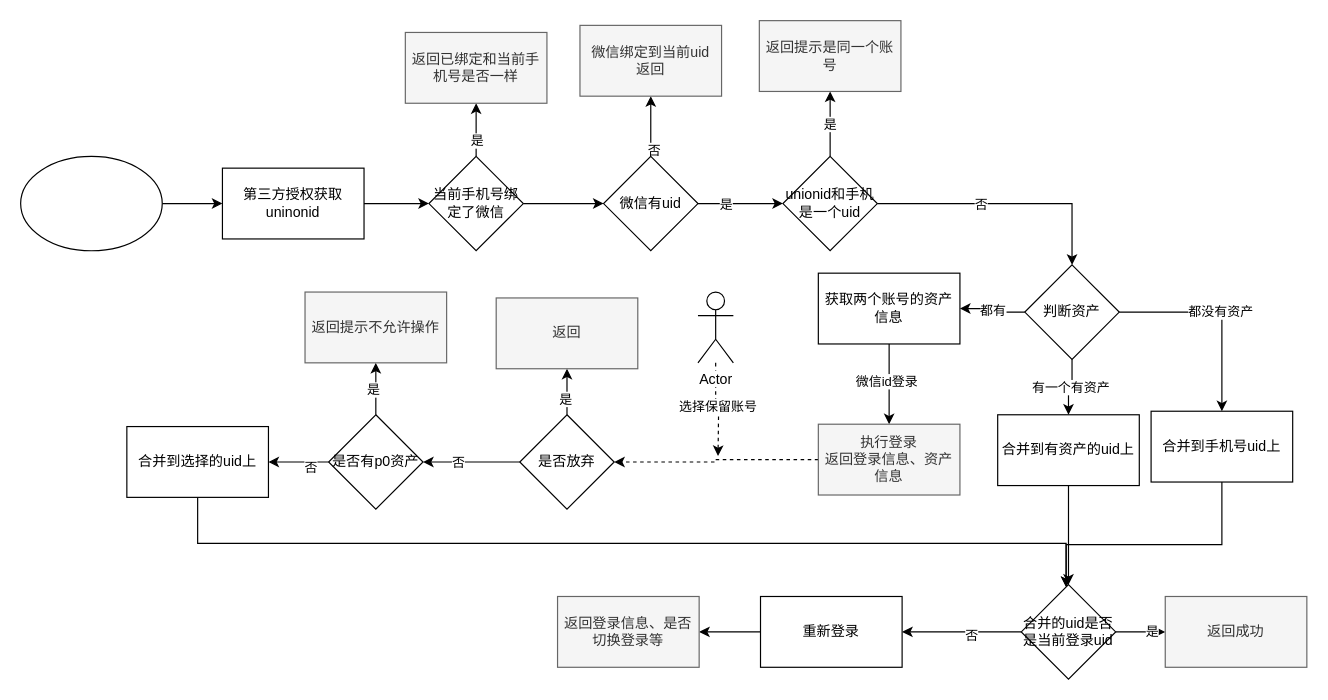
This is page "账号合并-手机号登录态绑定微信" (8 of 11) of test.drawio from joeytang/imgs, a draw.io file, before an edit. Source tidied: cells renumbered, new cells numbered last; positions are measured from the earlier drawing's top-left corner, leaving out a move shared by most shapes. Both pictures are drawn from the tidied source at 118%, with x=0, y=0 at pixel (20, 20).
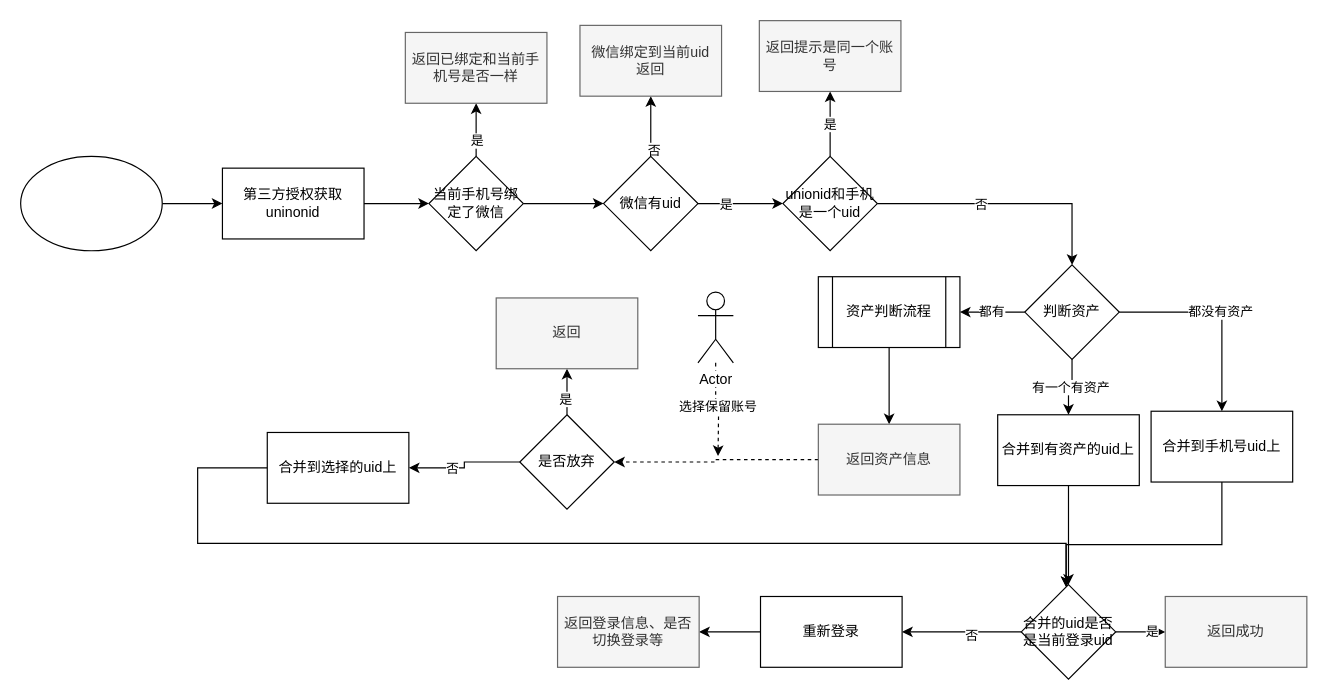
The same page after the edit.

Unchanged cells that the change refers to:
```xml
<mxCell id="31" value="判断资产" style="rhombus;whiteSpace=wrap;html=1;align=center;" parent="1" vertex="1">
  <mxGeometry x="851" y="207" width="80" height="80" as="geometry" />
</mxCell>
<mxCell id="48" value="合并的uid是否是当前登录uid" style="rhombus;whiteSpace=wrap;html=1;align=center;" parent="1" vertex="1">
  <mxGeometry x="848" y="478" width="80" height="80" as="geometry" />
</mxCell>
<mxCell id="53" value="是否放弃" style="rhombus;whiteSpace=wrap;html=1;align=center;" parent="1" vertex="1">
  <mxGeometry x="423" y="334" width="80" height="80" as="geometry" />
</mxCell>
```

The edit, as a diff of the source:
```diff
@@
-    <mxCell id="29" value="都有" style="edgeStyle=orthogonalEdgeStyle;rounded=0;jettySize=auto;html=1;" parent="1" edge="1" source="31" target="38">
+    <mxCell id="29" value="都有" style="edgeStyle=orthogonalEdgeStyle;rounded=0;jettySize=auto;html=1;" parent="1" edge="1" source="31" target="62">
       <mxGeometry relative="1" as="geometry" />
     </mxCell>
@@
-    <mxCell id="36" style="edgeStyle=orthogonalEdgeStyle;rounded=0;jettySize=auto;html=1;" parent="1" edge="1" source="38" target="40">
+    <mxCell id="36" style="edgeStyle=orthogonalEdgeStyle;rounded=0;jettySize=auto;html=1;" parent="1" edge="1" source="62" target="40">
       <mxGeometry relative="1" as="geometry" />
     </mxCell>
-    <mxCell id="37" value="微信id登录" style="edgeLabel;html=1;align=center;verticalAlign=middle;" parent="36" vertex="1">
-      <mxGeometry x="-0.09" y="-3" relative="1" as="geometry" />
-    </mxCell>
-    <mxCell id="38" value="获取两个账号的资产信息" style="rounded=0;whiteSpace=wrap;html=1;align=center;" parent="1" vertex="1">
-      <mxGeometry x="676" y="214" width="120" height="60" as="geometry" />
-    </mxCell>
@@
-    <mxCell id="40" value="执行登录&lt;br&gt;返回登录信息、资产信息" style="rounded=0;whiteSpace=wrap;html=1;align=center;fillColor=#f5f5f5;strokeColor=#666666;fontColor=#333333;" parent="1" vertex="1">
+    <mxCell id="40" value="返回资产信息" style="rounded=0;whiteSpace=wrap;html=1;align=center;fillColor=#f5f5f5;strokeColor=#666666;fontColor=#333333;" parent="1" vertex="1">
       <mxGeometry x="676" y="342" width="120" height="60" as="geometry" />
     </mxCell>
@@
-    <mxCell id="44" style="edgeStyle=orthogonalEdgeStyle;rounded=0;jettySize=auto;html=1;exitX=0.5;exitY=1;exitDx=0;exitDy=0;" parent="1" edge="1" source="45" target="48">
+    <mxCell id="44" style="edgeStyle=orthogonalEdgeStyle;rounded=0;jettySize=auto;html=1;" parent="1" edge="1" source="45" target="48">
       <mxGeometry relative="1" as="geometry">
         <Array as="points">
+          <mxPoint x="150" y="379" />
           <mxPoint x="150" y="443" />
           <mxPoint x="886" y="443" />
         </Array>
       </mxGeometry>
     </mxCell>
     <mxCell id="45" value="合并到选择的uid上" style="rounded=0;whiteSpace=wrap;html=1;align=center;" parent="1" vertex="1">
-      <mxGeometry x="90" y="344" width="120" height="60" as="geometry" />
+      <mxGeometry x="209" y="349" width="120" height="60" as="geometry" />
     </mxCell>
@@
-    <mxCell id="49" style="edgeStyle=orthogonalEdgeStyle;rounded=0;jettySize=auto;html=1;" parent="1" edge="1" source="53" target="60">
+    <mxCell id="49" style="edgeStyle=orthogonalEdgeStyle;rounded=0;jettySize=auto;html=1;" parent="1" edge="1" source="53" target="45">
       <mxGeometry relative="1" as="geometry" />
     </mxCell>
@@
-    <mxCell id="56" style="edgeStyle=orthogonalEdgeStyle;rounded=0;jettySize=auto;html=1;" parent="1" edge="1" source="60" target="61">
-      <mxGeometry relative="1" as="geometry" />
-    </mxCell>
-    <mxCell id="57" value="是" style="edgeLabel;html=1;align=center;verticalAlign=middle;" parent="56" vertex="1">
-      <mxGeometry x="0.02" y="3" relative="1" as="geometry" />
-    </mxCell>
-    <mxCell id="58" style="edgeStyle=orthogonalEdgeStyle;rounded=0;jettySize=auto;html=1;" parent="1" edge="1" source="60" target="45">
-      <mxGeometry relative="1" as="geometry" />
-    </mxCell>
-    <mxCell id="59" value="否" style="edgeLabel;html=1;align=center;verticalAlign=middle;" parent="58" vertex="1">
-      <mxGeometry x="-0.38" y="4" relative="1" as="geometry" />
-    </mxCell>
-    <mxCell id="60" value="是否有p0资产" style="rhombus;whiteSpace=wrap;html=1;align=center;" parent="1" vertex="1">
-      <mxGeometry x="261" y="334" width="80" height="80" as="geometry" />
-    </mxCell>
-    <mxCell id="61" value="返回提示不允许操作" style="rounded=0;whiteSpace=wrap;html=1;align=center;fillColor=#f5f5f5;strokeColor=#666666;fontColor=#333333;" parent="1" vertex="1">
-      <mxGeometry x="241" y="230" width="120" height="60" as="geometry" />
-    </mxCell>
+    <mxCell id="62" value="资产判断流程" style="shape=process;whiteSpace=wrap;html=1;backgroundOutline=1;" parent="1" vertex="1">
+      <mxGeometry x="676" y="217" width="120" height="60" as="geometry" />
+    </mxCell>
```
